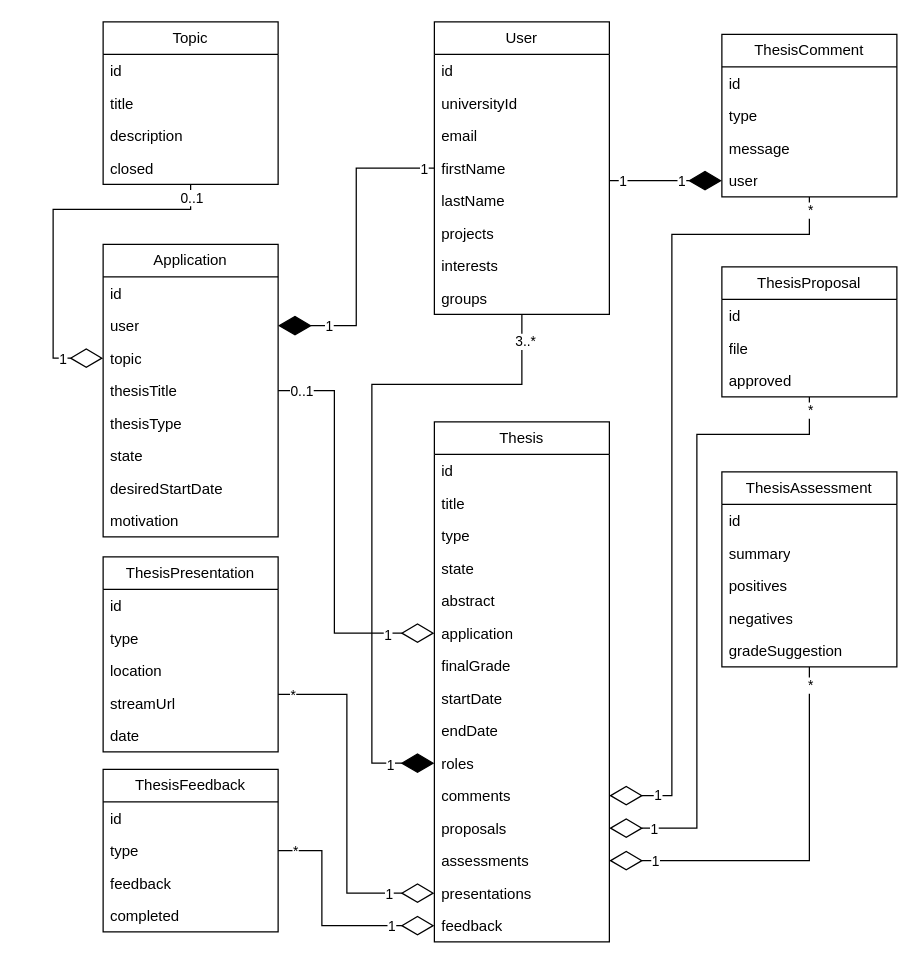
This is database-classes.drawio from fabian-emilius/bachelor-thesis-charts, a draw.io file, before an edit. Source tidied: cells renumbered, new cells numbered last; positions are measured from the earlier drawing's top-left corner, leaving out a move shared by most shapes. Both pictures are drawn from the tidied source at 125%, with x=0, y=0 at pixel (52, 21).
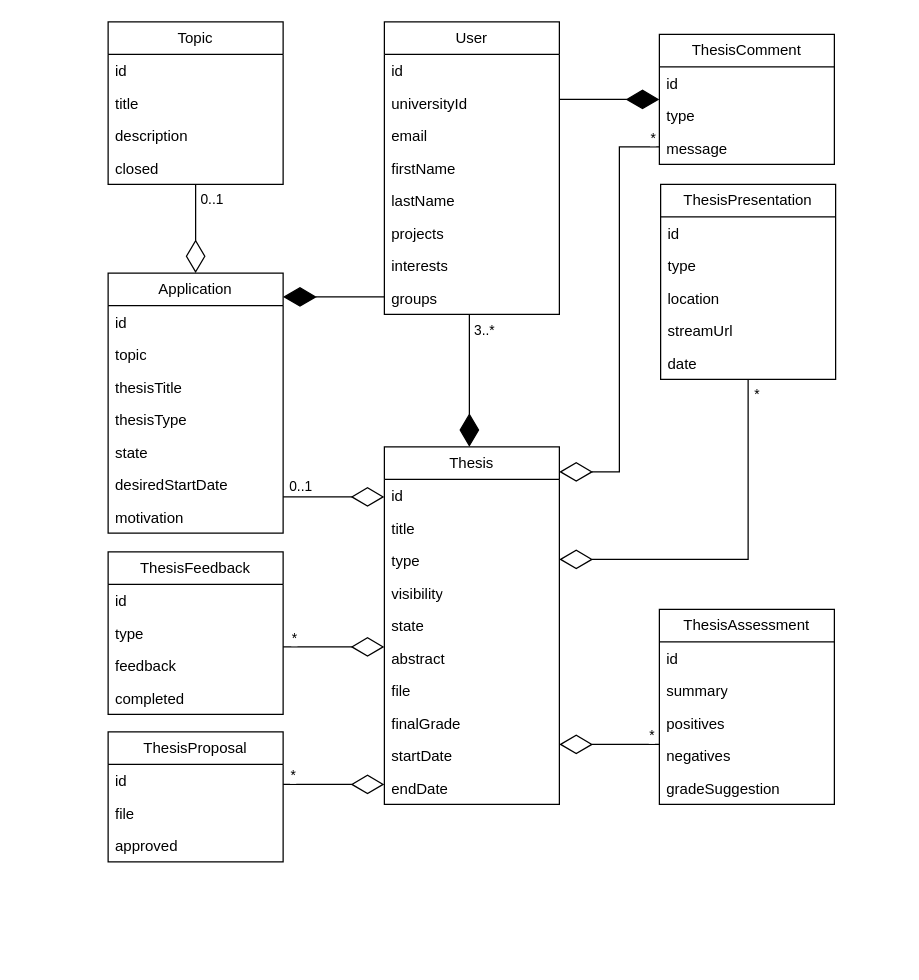
The same page after the edit.

Change to the diagram source:
```diff
@@
     <mxCell id="2" value="Application" style="swimlane;fontStyle=0;horizontal=1;startSize=26;fillColor=none;whiteSpace=wrap;html=1;" parent="1" vertex="1">
-      <mxGeometry x="40" y="178" width="140" height="234" as="geometry" />
+      <mxGeometry x="44" y="201" width="140" height="208" as="geometry" />
     </mxCell>
@@
-    <mxCell id="4" value="user" style="text;strokeColor=none;fillColor=none;align=left;verticalAlign=top;spacingLeft=4;spacingRight=4;overflow=hidden;points=[[0,0.5],[1,0.5]];portConstraint=eastwest;whiteSpace=wrap;html=1;" parent="2" vertex="1">
-      <mxGeometry y="52" width="140" height="26" as="geometry" />
-    </mxCell>
     <mxCell id="5" value="topic" style="text;strokeColor=none;fillColor=none;align=left;verticalAlign=top;spacingLeft=4;spacingRight=4;overflow=hidden;points=[[0,0.5],[1,0.5]];portConstraint=eastwest;whiteSpace=wrap;html=1;" parent="2" vertex="1">
-      <mxGeometry y="78" width="140" height="26" as="geometry" />
+      <mxGeometry y="52" width="140" height="26" as="geometry" />
     </mxCell>
     <mxCell id="6" value="thesisTitle" style="text;strokeColor=none;fillColor=none;align=left;verticalAlign=top;spacingLeft=4;spacingRight=4;overflow=hidden;whiteSpace=wrap;html=1;" parent="2" vertex="1">
-      <mxGeometry y="104" width="140" height="26" as="geometry" />
+      <mxGeometry y="78" width="140" height="26" as="geometry" />
     </mxCell>
     <mxCell id="7" value="thesisType" style="text;strokeColor=none;fillColor=none;align=left;verticalAlign=top;spacingLeft=4;spacingRight=4;overflow=hidden;whiteSpace=wrap;html=1;" parent="2" vertex="1">
-      <mxGeometry y="130" width="140" height="26" as="geometry" />
+      <mxGeometry y="104" width="140" height="26" as="geometry" />
     </mxCell>
     <mxCell id="8" value="state" style="text;strokeColor=none;fillColor=none;align=left;verticalAlign=top;spacingLeft=4;spacingRight=4;overflow=hidden;whiteSpace=wrap;html=1;" parent="2" vertex="1">
-      <mxGeometry y="156" width="140" height="26" as="geometry" />
+      <mxGeometry y="130" width="140" height="26" as="geometry" />
     </mxCell>
     <mxCell id="9" value="desiredStartDate" style="text;strokeColor=none;fillColor=none;align=left;verticalAlign=top;spacingLeft=4;spacingRight=4;overflow=hidden;whiteSpace=wrap;html=1;" parent="2" vertex="1">
-      <mxGeometry y="182" width="140" height="26" as="geometry" />
+      <mxGeometry y="156" width="140" height="26" as="geometry" />
     </mxCell>
     <mxCell id="10" value="motivation" style="text;strokeColor=none;fillColor=none;align=left;verticalAlign=top;spacingLeft=4;spacingRight=4;overflow=hidden;whiteSpace=wrap;html=1;" parent="2" vertex="1">
-      <mxGeometry y="208" width="140" height="26" as="geometry" />
+      <mxGeometry y="182" width="140" height="26" as="geometry" />
     </mxCell>
     <mxCell id="11" value="Thesis" style="swimlane;fontStyle=0;horizontal=1;startSize=26;fillColor=none;whiteSpace=wrap;html=1;" parent="1" vertex="1">
-      <mxGeometry x="305" y="320" width="140" height="416" as="geometry" />
+      <mxGeometry x="265" y="340" width="140" height="286" as="geometry" />
     </mxCell>
@@
+    <mxCell id="97" value="visibility" style="text;strokeColor=none;fillColor=none;align=left;verticalAlign=top;spacingLeft=4;spacingRight=4;overflow=hidden;whiteSpace=wrap;html=1;" parent="11" vertex="1">
+      <mxGeometry y="104" width="140" height="26" as="geometry" />
+    </mxCell>
     <mxCell id="15" value="state" style="text;strokeColor=none;fillColor=none;align=left;verticalAlign=top;spacingLeft=4;spacingRight=4;overflow=hidden;whiteSpace=wrap;html=1;" parent="11" vertex="1">
-      <mxGeometry y="104" width="140" height="26" as="geometry" />
+      <mxGeometry y="130" width="140" height="26" as="geometry" />
     </mxCell>
     <mxCell id="16" value="abstract" style="text;strokeColor=none;fillColor=none;align=left;verticalAlign=top;spacingLeft=4;spacingRight=4;overflow=hidden;whiteSpace=wrap;html=1;" parent="11" vertex="1">
-      <mxGeometry y="130" width="140" height="26" as="geometry" />
+      <mxGeometry y="156" width="140" height="26" as="geometry" />
     </mxCell>
-    <mxCell id="17" value="application" style="text;strokeColor=none;fillColor=none;align=left;verticalAlign=top;spacingLeft=4;spacingRight=4;overflow=hidden;points=[[0,0.5],[1,0.5]];portConstraint=eastwest;whiteSpace=wrap;html=1;" parent="11" vertex="1">
-      <mxGeometry y="156" width="140" height="26" as="geometry" />
-    </mxCell>
+    <mxCell id="98" value="file" style="text;strokeColor=none;fillColor=none;align=left;verticalAlign=top;spacingLeft=4;spacingRight=4;overflow=hidden;whiteSpace=wrap;html=1;" parent="11" vertex="1">
+      <mxGeometry y="182" width="140" height="26" as="geometry" />
+    </mxCell>
     <mxCell id="18" value="finalGrade" style="text;strokeColor=none;fillColor=none;align=left;verticalAlign=top;spacingLeft=4;spacingRight=4;overflow=hidden;whiteSpace=wrap;html=1;" parent="11" vertex="1">
-      <mxGeometry y="182" width="140" height="26" as="geometry" />
+      <mxGeometry y="208" width="140" height="26" as="geometry" />
     </mxCell>
     <mxCell id="19" value="startDate" style="text;strokeColor=none;fillColor=none;align=left;verticalAlign=top;spacingLeft=4;spacingRight=4;overflow=hidden;whiteSpace=wrap;html=1;" parent="11" vertex="1">
-      <mxGeometry y="208" width="140" height="26" as="geometry" />
+      <mxGeometry y="234" width="140" height="26" as="geometry" />
     </mxCell>
     <mxCell id="20" value="endDate" style="text;strokeColor=none;fillColor=none;align=left;verticalAlign=top;spacingLeft=4;spacingRight=4;overflow=hidden;whiteSpace=wrap;html=1;" parent="11" vertex="1">
-      <mxGeometry y="234" width="140" height="26" as="geometry" />
+      <mxGeometry y="260" width="140" height="26" as="geometry" />
     </mxCell>
-    <mxCell id="21" value="roles" style="text;strokeColor=none;fillColor=none;align=left;verticalAlign=top;spacingLeft=4;spacingRight=4;overflow=hidden;points=[[0,0.5],[1,0.5]];portConstraint=eastwest;whiteSpace=wrap;html=1;" parent="11" vertex="1">
-      <mxGeometry y="260" width="140" height="26" as="geometry" />
-    </mxCell>
-    <mxCell id="22" value="comments" style="text;strokeColor=none;fillColor=none;align=left;verticalAlign=top;spacingLeft=4;spacingRight=4;overflow=hidden;points=[[0,0.5],[1,0.5]];portConstraint=eastwest;whiteSpace=wrap;html=1;" parent="11" vertex="1">
-      <mxGeometry y="286" width="140" height="26" as="geometry" />
-    </mxCell>
-    <mxCell id="23" value="proposals" style="text;strokeColor=none;fillColor=none;align=left;verticalAlign=top;spacingLeft=4;spacingRight=4;overflow=hidden;points=[[0,0.5],[1,0.5]];portConstraint=eastwest;whiteSpace=wrap;html=1;" parent="11" vertex="1">
-      <mxGeometry y="312" width="140" height="26" as="geometry" />
-    </mxCell>
-    <mxCell id="24" value="assessments" style="text;strokeColor=none;fillColor=none;align=left;verticalAlign=top;spacingLeft=4;spacingRight=4;overflow=hidden;points=[[0,0.5],[1,0.5]];portConstraint=eastwest;whiteSpace=wrap;html=1;" parent="11" vertex="1">
-      <mxGeometry y="338" width="140" height="26" as="geometry" />
-    </mxCell>
-    <mxCell id="25" value="presentations" style="text;strokeColor=none;fillColor=none;align=left;verticalAlign=top;spacingLeft=4;spacingRight=4;overflow=hidden;points=[[0,0.5],[1,0.5]];portConstraint=eastwest;whiteSpace=wrap;html=1;" parent="11" vertex="1">
-      <mxGeometry y="364" width="140" height="26" as="geometry" />
-    </mxCell>
-    <mxCell id="26" value="feedback" style="text;strokeColor=none;fillColor=none;align=left;verticalAlign=top;spacingLeft=4;spacingRight=4;overflow=hidden;points=[[0,0.5],[1,0.5]];portConstraint=eastwest;whiteSpace=wrap;html=1;" parent="11" vertex="1">
-      <mxGeometry y="390" width="140" height="26" as="geometry" />
-    </mxCell>
     <mxCell id="27" value="ThesisAssessment" style="swimlane;fontStyle=0;horizontal=1;startSize=26;fillColor=none;whiteSpace=wrap;html=1;" parent="1" vertex="1">
-      <mxGeometry x="535" y="360" width="140" height="156" as="geometry" />
+      <mxGeometry x="485" y="470" width="140" height="156" as="geometry" />
     </mxCell>
@@
     <mxCell id="33" value="ThesisComment" style="swimlane;fontStyle=0;horizontal=1;startSize=26;fillColor=none;whiteSpace=wrap;html=1;" parent="1" vertex="1">
-      <mxGeometry x="535" y="10" width="140" height="130" as="geometry" />
+      <mxGeometry x="485" y="10" width="140" height="104" as="geometry" />
     </mxCell>
@@
-    <mxCell id="37" value="user" style="text;strokeColor=none;fillColor=none;align=left;verticalAlign=top;spacingLeft=4;spacingRight=4;overflow=hidden;points=[[0,0.5],[1,0.5]];portConstraint=eastwest;whiteSpace=wrap;html=1;" parent="33" vertex="1">
-      <mxGeometry y="104" width="140" height="26" as="geometry" />
-    </mxCell>
     <mxCell id="38" value="ThesisFeedback" style="swimlane;fontStyle=0;horizontal=1;startSize=26;fillColor=none;whiteSpace=wrap;html=1;" parent="1" vertex="1">
-      <mxGeometry x="40" y="598" width="140" height="130" as="geometry" />
+      <mxGeometry x="44" y="424" width="140" height="130" as="geometry" />
     </mxCell>
@@
     <mxCell id="43" value="User" style="swimlane;fontStyle=0;horizontal=1;startSize=26;fillColor=none;whiteSpace=wrap;html=1;" parent="1" vertex="1">
-      <mxGeometry x="305" width="140" height="234" as="geometry" />
+      <mxGeometry x="265" width="140" height="234" as="geometry" />
     </mxCell>
@@
     <mxCell id="52" value="ThesisPresentation" style="swimlane;fontStyle=0;horizontal=1;startSize=26;fillColor=none;whiteSpace=wrap;html=1;" parent="1" vertex="1">
-      <mxGeometry x="40" y="428" width="140" height="156" as="geometry" />
+      <mxGeometry x="486" y="130" width="140" height="156" as="geometry" />
     </mxCell>
@@
     <mxCell id="58" value="ThesisProposal" style="swimlane;fontStyle=0;horizontal=1;startSize=26;fillColor=none;whiteSpace=wrap;html=1;" parent="1" vertex="1">
-      <mxGeometry x="535" y="196" width="140" height="104" as="geometry" />
+      <mxGeometry x="44" y="568" width="140" height="104" as="geometry" />
     </mxCell>
@@
     <mxCell id="62" value="Topic" style="swimlane;fontStyle=0;horizontal=1;startSize=26;fillColor=none;whiteSpace=wrap;html=1;" parent="1" vertex="1">
-      <mxGeometry x="40" width="140" height="130" as="geometry" />
+      <mxGeometry x="44" width="140" height="130" as="geometry" />
     </mxCell>
@@
-    <mxCell id="67" style="endArrow=diamondThin;endFill=1;endSize=24;html=1;rounded=0;entryX=0;entryY=0.5;entryDx=0;entryDy=0;edgeStyle=orthogonalEdgeStyle;" parent="1" edge="1" source="43" target="37">
+    <mxCell id="67" style="endArrow=diamondThin;endFill=1;endSize=24;html=1;rounded=0;edgeStyle=orthogonalEdgeStyle;" parent="1" edge="1" source="43" target="33">
       <mxGeometry relative="1" as="geometry">
         <Array as="points">
-          <mxPoint x="465" y="127" />
-          <mxPoint x="465" y="127" />
+          <mxPoint x="423" y="62" />
+          <mxPoint x="423" y="62" />
         </Array>
       </mxGeometry>
     </mxCell>
-    <mxCell id="68" value="1" style="edgeLabel;html=1;align=center;verticalAlign=middle;" parent="67" vertex="1">
-      <mxGeometry x="0.26" relative="1" as="geometry" />
-    </mxCell>
-    <mxCell id="69" value="1" style="edgeLabel;html=1;align=center;verticalAlign=middle;" parent="67" vertex="1">
-      <mxGeometry x="-0.77" relative="1" as="geometry" />
-    </mxCell>
-    <mxCell id="70" style="endArrow=diamondThin;endFill=1;endSize=24;html=1;rounded=0;entryX=1;entryY=0.5;entryDx=0;entryDy=0;edgeStyle=orthogonalEdgeStyle;" parent="1" edge="1" source="43" target="4">
-      <mxGeometry relative="1" as="geometry" />
+    <mxCell id="70" style="endArrow=diamondThin;endFill=1;endSize=24;html=1;rounded=0;edgeStyle=orthogonalEdgeStyle;" parent="1" edge="1" source="43" target="2">
+      <mxGeometry relative="1" as="geometry">
+        <Array as="points">
+          <mxPoint x="225" y="220" />
+          <mxPoint x="225" y="220" />
+        </Array>
+      </mxGeometry>
     </mxCell>
-    <mxCell id="71" value="1" style="edgeLabel;html=1;align=center;verticalAlign=middle;" parent="70" vertex="1">
-      <mxGeometry x="-0.93" relative="1" as="geometry" />
-    </mxCell>
-    <mxCell id="72" value="1" style="edgeLabel;html=1;align=center;verticalAlign=middle;" parent="70" vertex="1">
-      <mxGeometry x="0.68" relative="1" as="geometry" />
-    </mxCell>
-    <mxCell id="73" style="endArrow=diamondThin;endFill=0;endSize=24;html=1;rounded=0;entryX=0;entryY=0.5;entryDx=0;entryDy=0;edgeStyle=orthogonalEdgeStyle;" parent="1" edge="1" source="62" target="5">
-      <mxGeometry relative="1" as="geometry">
-        <Array as="points">
-          <mxPoint x="110" y="150" />
-          <mxPoint y="150" />
-          <mxPoint y="269" />
-        </Array>
-      </mxGeometry>
+    <mxCell id="73" style="endArrow=diamondThin;endFill=0;endSize=24;html=1;rounded=0;edgeStyle=orthogonalEdgeStyle;" parent="1" edge="1" source="62" target="2">
+      <mxGeometry relative="1" as="geometry" />
     </mxCell>
-    <mxCell id="74" value="1" style="edgeLabel;html=1;align=center;verticalAlign=middle;" parent="73" vertex="1">
-      <mxGeometry x="0.77" relative="1" as="geometry" />
-    </mxCell>
     <mxCell id="75" value="0..1" style="edgeLabel;html=1;align=center;verticalAlign=middle;" parent="73" vertex="1">
-      <mxGeometry x="-0.93" relative="1" as="geometry" />
+      <mxGeometry x="-0.93" relative="1" as="geometry">
+        <mxPoint x="12" y="9" as="offset" />
+      </mxGeometry>
     </mxCell>
-    <mxCell id="76" style="endArrow=diamondThin;endFill=0;endSize=24;html=1;rounded=0;entryX=1;entryY=0.5;entryDx=0;entryDy=0;edgeStyle=orthogonalEdgeStyle;" parent="1" edge="1" source="33" target="22">
+    <mxCell id="76" style="endArrow=diamondThin;endFill=0;endSize=24;html=1;rounded=0;edgeStyle=orthogonalEdgeStyle;" parent="1" edge="1" source="33" target="11">
       <mxGeometry relative="1" as="geometry">
         <Array as="points">
-          <mxPoint x="605" y="170" />
-          <mxPoint x="495" y="170" />
-          <mxPoint x="495" y="619" />
+          <mxPoint x="453" y="100" />
+          <mxPoint x="453" y="360" />
         </Array>
       </mxGeometry>
     </mxCell>
-    <mxCell id="77" value="1" style="edgeLabel;html=1;align=center;verticalAlign=middle;" parent="76" vertex="1">
-      <mxGeometry x="0.88" y="-1" relative="1" as="geometry" />
-    </mxCell>
     <mxCell id="78" value="*" style="edgeLabel;html=1;align=center;verticalAlign=middle;" parent="76" vertex="1">
-      <mxGeometry x="-0.97" relative="1" as="geometry" />
+      <mxGeometry x="-0.97" relative="1" as="geometry">
+        <mxPoint x="-1" y="-8" as="offset" />
+      </mxGeometry>
     </mxCell>
-    <mxCell id="79" style="endArrow=diamondThin;endFill=0;endSize=24;html=1;rounded=0;entryX=1;entryY=0.5;entryDx=0;entryDy=0;edgeStyle=orthogonalEdgeStyle;" parent="1" edge="1" source="58" target="23">
+    <mxCell id="79" style="endArrow=diamondThin;endFill=0;endSize=24;html=1;rounded=0;edgeStyle=orthogonalEdgeStyle;" parent="1" edge="1" source="58" target="11">
       <mxGeometry relative="1" as="geometry">
         <Array as="points">
-          <mxPoint x="605" y="330" />
-          <mxPoint x="515" y="330" />
-          <mxPoint x="515" y="645" />
+          <mxPoint x="225" y="610" />
+          <mxPoint x="225" y="610" />
         </Array>
       </mxGeometry>
     </mxCell>
-    <mxCell id="80" value="1" style="edgeLabel;html=1;align=center;verticalAlign=middle;" parent="79" vertex="1">
-      <mxGeometry x="0.86" relative="1" as="geometry" />
-    </mxCell>
     <mxCell id="81" value="*" style="edgeLabel;html=1;align=center;verticalAlign=middle;" parent="79" vertex="1">
-      <mxGeometry x="-0.96" relative="1" as="geometry" />
+      <mxGeometry x="-0.96" relative="1" as="geometry">
+        <mxPoint x="5" y="-8" as="offset" />
+      </mxGeometry>
     </mxCell>
-    <mxCell id="82" style="endArrow=diamondThin;endFill=0;endSize=24;html=1;rounded=0;entryX=1;entryY=0.5;entryDx=0;entryDy=0;edgeStyle=orthogonalEdgeStyle;" parent="1" edge="1" source="27" target="24">
-      <mxGeometry relative="1" as="geometry" />
+    <mxCell id="82" style="endArrow=diamondThin;endFill=0;endSize=24;html=1;rounded=0;edgeStyle=orthogonalEdgeStyle;" parent="1" edge="1" source="27" target="11">
+      <mxGeometry relative="1" as="geometry">
+        <Array as="points">
+          <mxPoint x="465" y="578" />
+          <mxPoint x="465" y="578" />
+        </Array>
+      </mxGeometry>
     </mxCell>
-    <mxCell id="83" value="1" style="edgeLabel;html=1;align=center;verticalAlign=middle;" parent="82" vertex="1">
-      <mxGeometry x="0.77" relative="1" as="geometry" />
-    </mxCell>
     <mxCell id="84" value="*" style="edgeLabel;html=1;align=center;verticalAlign=middle;" parent="82" vertex="1">
-      <mxGeometry x="-0.91" relative="1" as="geometry" />
+      <mxGeometry x="-0.91" relative="1" as="geometry">
+        <mxPoint x="-3" y="-8" as="offset" />
+      </mxGeometry>
     </mxCell>
-    <mxCell id="85" style="endArrow=diamondThin;endFill=0;endSize=24;html=1;rounded=0;entryX=0;entryY=0.5;entryDx=0;entryDy=0;edgeStyle=orthogonalEdgeStyle;" parent="1" edge="1" source="52" target="25">
+    <mxCell id="85" style="endArrow=diamondThin;endFill=0;endSize=24;html=1;rounded=0;edgeStyle=orthogonalEdgeStyle;" parent="1" edge="1" source="52" target="11">
       <mxGeometry relative="1" as="geometry">
         <Array as="points">
-          <mxPoint x="235" y="538" />
-          <mxPoint x="235" y="697" />
+          <mxPoint x="556" y="430" />
         </Array>
       </mxGeometry>
     </mxCell>
-    <mxCell id="86" value="1" style="edgeLabel;html=1;align=center;verticalAlign=middle;" parent="85" vertex="1">
-      <mxGeometry x="0.74" relative="1" as="geometry" />
-    </mxCell>
     <mxCell id="87" value="*" style="edgeLabel;html=1;align=center;verticalAlign=middle;" parent="85" vertex="1">
-      <mxGeometry x="-0.92" relative="1" as="geometry" />
+      <mxGeometry x="-0.92" relative="1" as="geometry">
+        <mxPoint x="6" y="-1" as="offset" />
+      </mxGeometry>
     </mxCell>
-    <mxCell id="88" style="endArrow=diamondThin;endFill=0;endSize=24;html=1;rounded=0;entryX=0;entryY=0.5;entryDx=0;entryDy=0;edgeStyle=orthogonalEdgeStyle;" parent="1" edge="1" source="38" target="26">
+    <mxCell id="88" style="endArrow=diamondThin;endFill=0;endSize=24;html=1;rounded=0;edgeStyle=orthogonalEdgeStyle;" parent="1" edge="1" source="38" target="11">
       <mxGeometry relative="1" as="geometry">
         <Array as="points">
-          <mxPoint x="215" y="663" />
-          <mxPoint x="215" y="723" />
+          <mxPoint x="225" y="500" />
+          <mxPoint x="225" y="500" />
         </Array>
       </mxGeometry>
     </mxCell>
     <mxCell id="89" value="*" style="edgeLabel;html=1;align=center;verticalAlign=middle;" parent="88" vertex="1">
-      <mxGeometry x="-0.86" relative="1" as="geometry" />
+      <mxGeometry x="-0.86" relative="1" as="geometry">
+        <mxPoint x="2" y="-8" as="offset" />
+      </mxGeometry>
     </mxCell>
-    <mxCell id="90" value="1" style="edgeLabel;html=1;align=center;verticalAlign=middle;" parent="88" vertex="1">
-      <mxGeometry x="0.62" relative="1" as="geometry" />
-    </mxCell>
-    <mxCell id="91" style="endArrow=diamondThin;endFill=1;endSize=24;html=1;rounded=0;entryX=0;entryY=0.5;entryDx=0;entryDy=0;edgeStyle=orthogonalEdgeStyle;" parent="1" edge="1" target="21">
+    <mxCell id="91" style="endArrow=diamondThin;endFill=1;endSize=24;html=1;rounded=0;edgeStyle=orthogonalEdgeStyle;" parent="1" edge="1" target="11">
       <mxGeometry relative="1" as="geometry">
-        <mxPoint x="375" y="234" as="sourcePoint" />
+        <mxPoint x="333" y="234" as="sourcePoint" />
         <Array as="points">
-          <mxPoint x="375" y="290" />
-          <mxPoint x="255" y="290" />
-          <mxPoint x="255" y="593" />
+          <mxPoint x="333" y="300" />
+          <mxPoint x="333" y="300" />
         </Array>
       </mxGeometry>
     </mxCell>
-    <mxCell id="92" value="1" style="edgeLabel;html=1;align=center;verticalAlign=middle;" parent="91" vertex="1">
-      <mxGeometry x="0.86" y="-1" relative="1" as="geometry">
-        <mxPoint x="1" as="offset" />
-      </mxGeometry>
-    </mxCell>
     <mxCell id="93" value="3..*" style="edgeLabel;html=1;align=center;verticalAlign=middle;" parent="91" vertex="1">
-      <mxGeometry x="-0.92" y="2" relative="1" as="geometry" />
+      <mxGeometry x="-0.92" y="2" relative="1" as="geometry">
+        <mxPoint x="9" y="8" as="offset" />
+      </mxGeometry>
     </mxCell>
-    <mxCell id="94" style="endArrow=diamondThin;endFill=0;endSize=24;html=1;rounded=0;entryX=0;entryY=0.5;entryDx=0;entryDy=0;edgeStyle=orthogonalEdgeStyle;" parent="1" edge="1" source="2" target="17">
+    <mxCell id="94" style="endArrow=diamondThin;endFill=0;endSize=24;html=1;rounded=0;edgeStyle=orthogonalEdgeStyle;" parent="1" edge="1" source="2" target="11">
       <mxGeometry relative="1" as="geometry">
         <Array as="points">
-          <mxPoint x="225" y="295" />
-          <mxPoint x="225" y="489" />
+          <mxPoint x="225" y="380" />
+          <mxPoint x="225" y="380" />
         </Array>
       </mxGeometry>
     </mxCell>
-    <mxCell id="95" value="1" style="edgeLabel;html=1;align=center;verticalAlign=middle;" parent="94" vertex="1">
-      <mxGeometry x="0.76" y="-1" relative="1" as="geometry" />
-    </mxCell>
     <mxCell id="96" value="0..1" style="edgeLabel;html=1;align=center;verticalAlign=middle;" parent="94" vertex="1">
-      <mxGeometry x="-0.89" relative="1" as="geometry" />
+      <mxGeometry x="-0.89" relative="1" as="geometry">
+        <mxPoint x="9" y="-9" as="offset" />
+      </mxGeometry>
     </mxCell>
```
